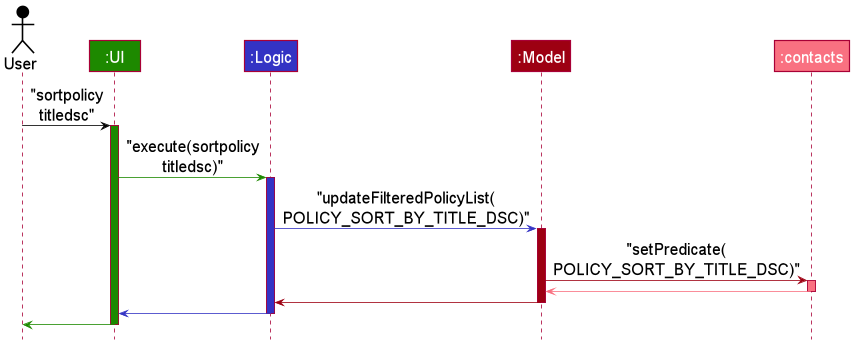
Above: docs/images/SortPolicyDscSequenceDiagram.png in nus-cs2103-AY2122S1/tp (PlantUML), before the change.
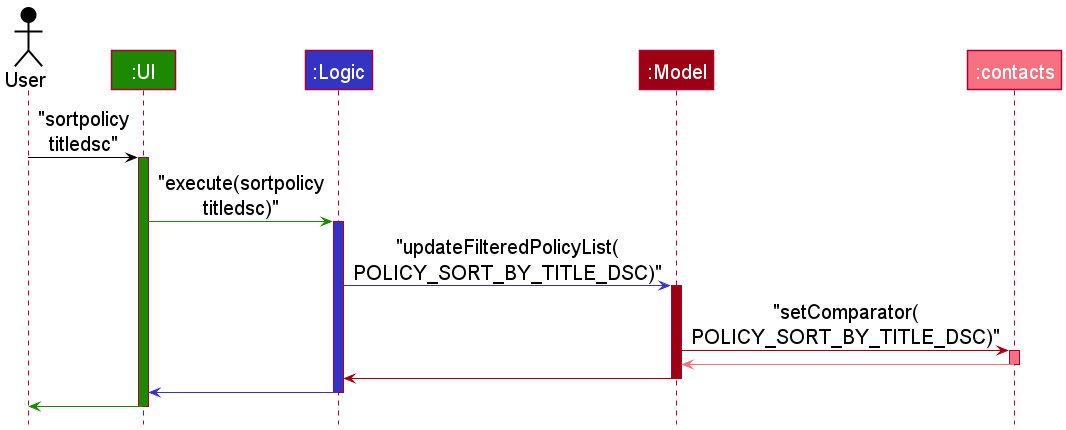
The same diagram one commit later.

Commit message:
Correct method call in `sortpolicy titledsc`

Diff of the diagram source:
```diff
@@ -21,7 +21,7 @@
 logic -[LOGIC_COLOR]> model: "updateFilteredPolicyList(\nPOLICY_SORT_BY_TITLE_DSC)"
 activate model MODEL_COLOR
 
-model -[MODEL_COLOR]> contacts: "setPredicate(\nPOLICY_SORT_BY_TITLE_DSC)"
+model -[MODEL_COLOR]> contacts: "setComparator(\nPOLICY_SORT_BY_TITLE_DSC)"
 activate contacts MODEL_COLOR_T1
 
 contacts -[MODEL_COLOR_T1]> model
```
